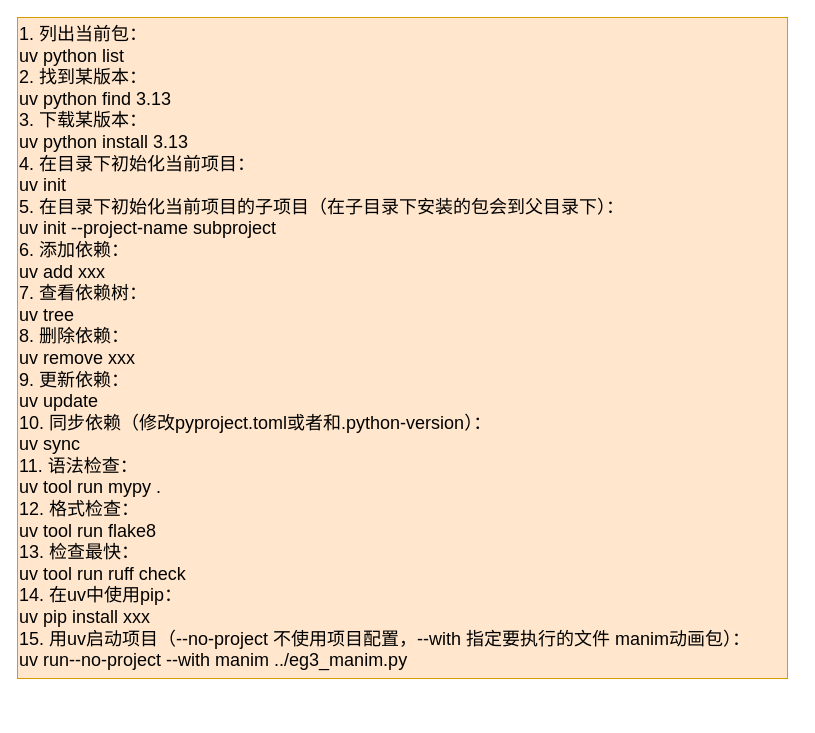
Before: page "命令" (1 of 2) of python/uv.drawio in lanendiencgr2002/drawio_photos, a draw.io diagram. Source tidied: cells renumbered, new cells numbered last; positions are measured from the earlier drawing's top-left corner, leaving out a move shared by most shapes. Both pictures are drawn from the tidied source at 100%, with x=0, y=0 at pixel (17, 17).
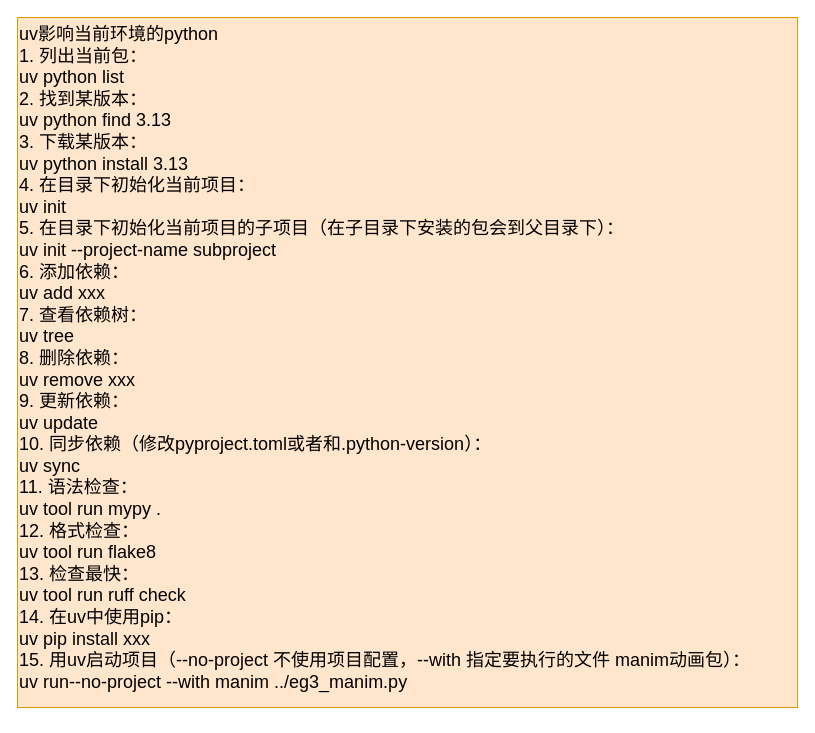
Above is the later version.

What changed in the source:
```diff
@@
 <mxGraphModel>
   <root>
     <mxCell id="0" />
     <mxCell id="1" parent="0" />
-    <mxCell id="2" value="1. 列出当前包：&#10;uv python list&#10;2. 找到某版本：&#10;uv python find 3.13&#10;3. 下载某版本：&#10;uv python install 3.13&#10;4. 在目录下初始化当前项目：&#10;uv init&#10;5. 在目录下初始化当前项目的子项目（在子目录下安装的包会到父目录下）：&#10;uv init --project-name subproject&#10;6. 添加依赖：&#10;uv add xxx&#10;7. 查看依赖树：&#10;uv tree&#10;8. 删除依赖：&#10;uv remove xxx&#10;9. 更新依赖：&#10;uv update&#10;10. 同步依赖（修改pyproject.toml或者和.python-version）：&#10;uv sync&#10;11. 语法检查：&#10;uv tool run mypy .&#10;12. 格式检查：&#10;uv tool run flake8&#10;13. 检查最快：&#10;uv tool run ruff check&#10;14. 在uv中使用pip：&#10;uv pip install xxx&#10;15. 用uv启动项目（--no-project 不使用项目配置，--with 指定要执行的文件 manim动画包）：&#10;uv run--no-project --with manim ../eg3_manim.py&#10;" style="text;whiteSpace=wrap;fontSize=18;fillColor=#ffe6cc;strokeColor=#d79b00;" parent="1" vertex="1">
-      <mxGeometry width="770" height="661" as="geometry" />
+    <mxCell id="2" value="uv影响当前环境的python&#10;1. 列出当前包：&#10;uv python list&#10;2. 找到某版本：&#10;uv python find 3.13&#10;3. 下载某版本：&#10;uv python install 3.13&#10;4. 在目录下初始化当前项目：&#10;uv init&#10;5. 在目录下初始化当前项目的子项目（在子目录下安装的包会到父目录下）：&#10;uv init --project-name subproject&#10;6. 添加依赖：&#10;uv add xxx&#10;7. 查看依赖树：&#10;uv tree&#10;8. 删除依赖：&#10;uv remove xxx&#10;9. 更新依赖：&#10;uv update&#10;10. 同步依赖（修改pyproject.toml或者和.python-version）：&#10;uv sync&#10;11. 语法检查：&#10;uv tool run mypy .&#10;12. 格式检查：&#10;uv tool run flake8&#10;13. 检查最快：&#10;uv tool run ruff check&#10;14. 在uv中使用pip：&#10;uv pip install xxx&#10;15. 用uv启动项目（--no-project 不使用项目配置，--with 指定要执行的文件 manim动画包）：&#10;uv run--no-project --with manim ../eg3_manim.py&#10;" style="text;whiteSpace=wrap;fontSize=18;fillColor=#ffe6cc;strokeColor=#d79b00;" parent="1" vertex="1">
+      <mxGeometry width="780" height="690" as="geometry" />
     </mxCell>
   </root>
 </mxGraphModel>
```
